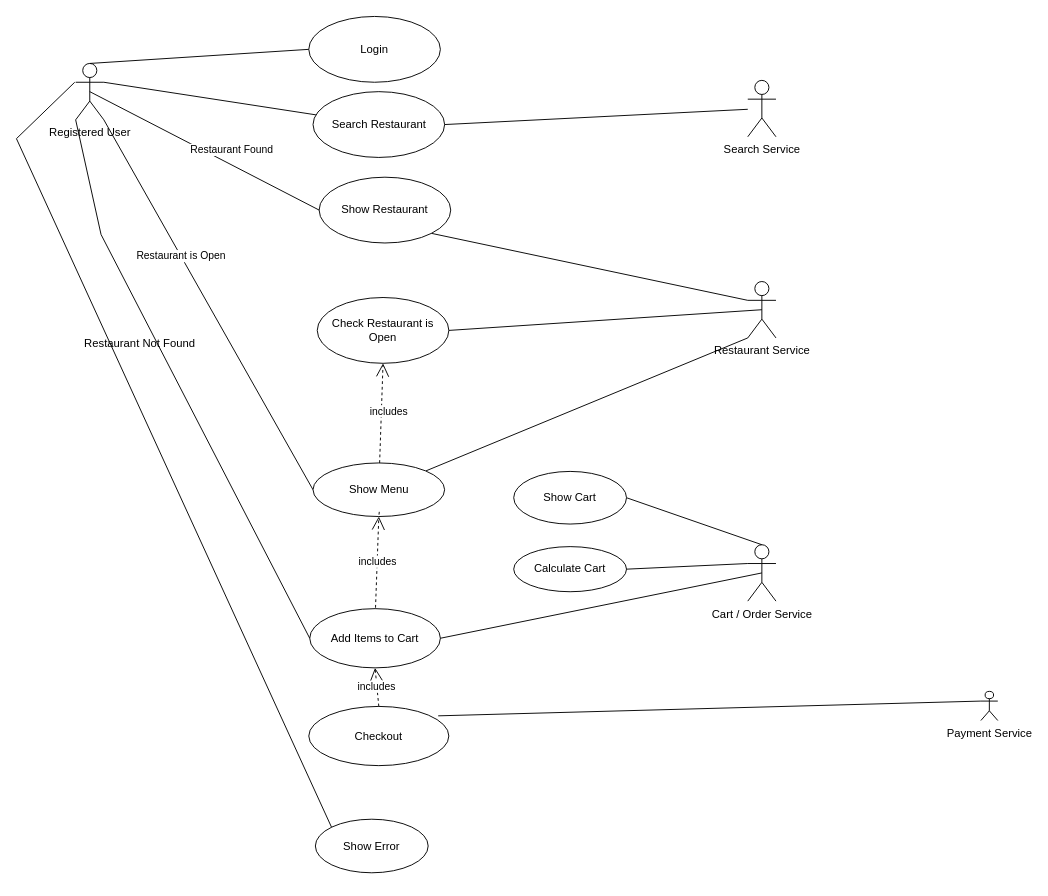
This is Restaurant Use Case.drawio from prakhardixit248/UpGrad_MS, a draw.io file, before an edit. Source tidied: cells renumbered, new cells numbered last; positions are measured from the earlier drawing's top-left corner, leaving out a move shared by most shapes. Both pictures are drawn from the tidied source at 94%, with x=0, y=0 at pixel (16, 16).
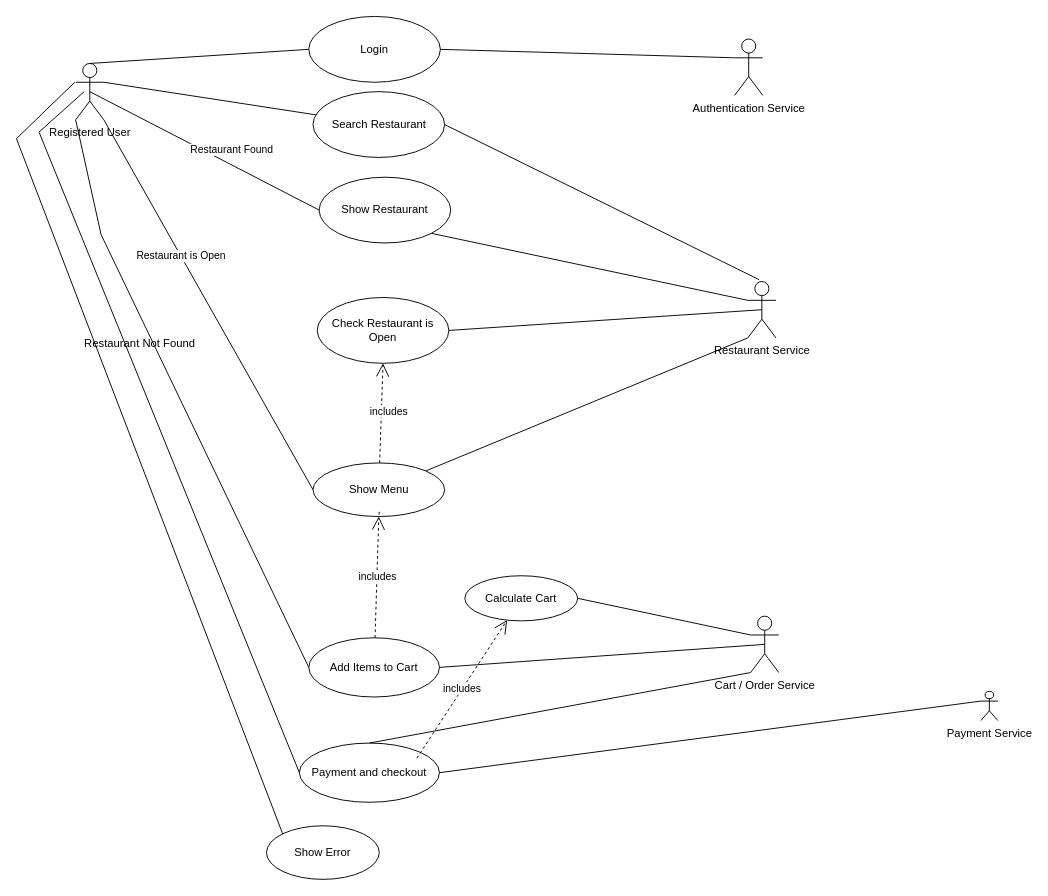
Above is the later version.

The change refers to these unchanged cells:
```xml
<mxCell id="3" value="Login" style="ellipse;whiteSpace=wrap;html=1;" parent="1" vertex="1">
  <mxGeometry x="311" width="140" height="70" as="geometry" />
</mxCell>
<mxCell id="5" value="Search Restaurant" style="ellipse;whiteSpace=wrap;html=1;" parent="1" vertex="1">
  <mxGeometry x="315.5" y="80" width="140" height="70" as="geometry" />
</mxCell>
<mxCell id="20" value="Payment Service" style="shape=umlActor;verticalLabelPosition=bottom;verticalAlign=top;html=1;outlineConnect=0;" parent="1" vertex="1">
  <mxGeometry x="1026" y="718" width="18" height="31" as="geometry" />
</mxCell>
<mxCell id="36" value="Show Menu" style="ellipse;whiteSpace=wrap;html=1;" parent="1" vertex="1">
  <mxGeometry x="315.5" y="475" width="140" height="57" as="geometry" />
</mxCell>
```

Change to the diagram source:
```diff
@@
-    <mxCell id="4" value="Search Service" style="shape=umlActor;verticalLabelPosition=bottom;verticalAlign=top;html=1;" parent="1" vertex="1">
-      <mxGeometry x="778" y="68" width="30" height="60" as="geometry" />
-    </mxCell>
@@
-    <mxCell id="7" style="endArrow=none;html=1;rounded=0;entryX=1;entryY=0.5;entryDx=0;entryDy=0;" parent="1" edge="1" source="4" target="5">
-      <mxGeometry relative="1" as="geometry" />
+    <mxCell id="7" style="endArrow=none;html=1;rounded=0;entryX=1;entryY=0.5;entryDx=0;entryDy=0;" parent="1" edge="1" target="5">
+      <mxGeometry relative="1" as="geometry">
+        <mxPoint x="790" y="280" as="sourcePoint" />
+      </mxGeometry>
     </mxCell>
@@
     <mxCell id="13" value="Show Error" style="ellipse;whiteSpace=wrap;html=1;" parent="1" vertex="1">
-      <mxGeometry x="318" y="854" width="120" height="57" as="geometry" />
+      <mxGeometry x="266" y="861" width="120" height="57" as="geometry" />
     </mxCell>
@@
     <mxCell id="21" value="Add Items to Cart" style="ellipse;whiteSpace=wrap;html=1;" parent="1" vertex="1">
-      <mxGeometry x="312" y="630" width="139" height="63" as="geometry" />
+      <mxGeometry x="311" y="661" width="139" height="63" as="geometry" />
     </mxCell>
-    <mxCell id="22" value="Checkout" style="ellipse;whiteSpace=wrap;html=1;" parent="1" vertex="1">
-      <mxGeometry x="311" y="734" width="149" height="63" as="geometry" />
+    <mxCell id="22" value="Payment and checkout" style="ellipse;whiteSpace=wrap;html=1;" parent="1" vertex="1">
+      <mxGeometry x="301" y="773" width="149" height="63" as="geometry" />
     </mxCell>
-    <mxCell id="23" style="endArrow=none;html=1;rounded=0;exitX=0.924;exitY=0.159;exitDx=0;exitDy=0;exitPerimeter=0;entryX=0;entryY=0.3333333333333333;entryDx=0;entryDy=0;entryPerimeter=0;" parent="1" edge="1" source="22" target="20">
+    <mxCell id="23" style="endArrow=none;html=1;rounded=0;exitX=1;exitY=0.5;exitDx=0;exitDy=0;entryX=0;entryY=0.3333333333333333;entryDx=0;entryDy=0;entryPerimeter=0;" parent="1" edge="1" source="22" target="20">
       <mxGeometry relative="1" as="geometry" />
     </mxCell>
     <mxCell id="24" value="Cart / Order Service" style="shape=umlActor;verticalLabelPosition=bottom;verticalAlign=top;html=1;outlineConnect=0;" parent="1" vertex="1">
-      <mxGeometry x="778" y="562" width="30" height="60" as="geometry" />
+      <mxGeometry x="781" y="638" width="30" height="60" as="geometry" />
     </mxCell>
@@
-    <mxCell id="26" value="includes" style="endArrow=open;endSize=12;dashed=1;html=1;rounded=0;entryX=0.5;entryY=1;entryDx=0;entryDy=0;" parent="1" edge="1" target="36">
-      <mxGeometry relative="1" as="geometry">
-        <mxPoint x="382" y="629" as="sourcePoint" />
-      </mxGeometry>
+    <mxCell id="26" value="includes" style="endArrow=open;endSize=12;dashed=1;html=1;rounded=0;entryX=0.5;entryY=1;entryDx=0;entryDy=0;" parent="1" edge="1" source="21" target="36">
+      <mxGeometry relative="1" as="geometry" />
     </mxCell>
-    <mxCell id="27" value="includes" style="endArrow=open;endSize=12;dashed=1;html=1;rounded=0;exitX=0.5;exitY=0;exitDx=0;exitDy=0;entryX=0.5;entryY=1;entryDx=0;entryDy=0;" parent="1" edge="1" source="22" target="21">
-      <mxGeometry relative="1" as="geometry" />
-    </mxCell>
@@
-    <mxCell id="29" style="endArrow=none;html=1;rounded=0;entryX=0.5;entryY=0;entryDx=0;entryDy=0;entryPerimeter=0;exitX=1;exitY=0.5;exitDx=0;exitDy=0;" parent="1" edge="1" source="30" target="24">
-      <mxGeometry relative="1" as="geometry" />
-    </mxCell>
-    <mxCell id="30" value="Show Cart" style="ellipse;whiteSpace=wrap;html=1;" parent="1" vertex="1">
-      <mxGeometry x="529" y="484" width="120" height="56" as="geometry" />
-    </mxCell>
     <mxCell id="31" value="Calculate Cart" style="ellipse;whiteSpace=wrap;html=1;" parent="1" vertex="1">
-      <mxGeometry x="529" y="564" width="120" height="48" as="geometry" />
+      <mxGeometry x="477" y="595" width="120" height="48" as="geometry" />
     </mxCell>
@@
+    <mxCell id="38" value="Authentication Service" style="shape=umlActor;verticalLabelPosition=bottom;verticalAlign=top;html=1;" parent="1" vertex="1">
+      <mxGeometry x="764" y="24" width="30" height="60" as="geometry" />
+    </mxCell>
+    <mxCell id="39" style="endArrow=none;html=1;rounded=0;entryX=1;entryY=0.5;entryDx=0;entryDy=0;exitX=0;exitY=0.3333333333333333;exitDx=0;exitDy=0;exitPerimeter=0;" parent="1" edge="1" source="38" target="3">
+      <mxGeometry relative="1" as="geometry" />
+    </mxCell>
+    <mxCell id="27" value="includes" style="endArrow=open;endSize=12;dashed=1;html=1;rounded=0;exitX=0.839;exitY=0.254;exitDx=0;exitDy=0;exitPerimeter=0;" parent="1" edge="1" source="22" target="31">
+      <mxGeometry relative="1" as="geometry" />
+    </mxCell>
+    <mxCell id="40" style="endArrow=none;html=1;rounded=0;exitX=0;exitY=0.5;exitDx=0;exitDy=0;" parent="1" edge="1" source="22">
+      <mxGeometry relative="1" as="geometry">
+        <mxPoint x="72" y="80" as="targetPoint" />
+        <Array as="points">
+          <mxPoint x="24" y="123" />
+        </Array>
+      </mxGeometry>
+    </mxCell>
+    <mxCell id="41" style="endArrow=none;html=1;rounded=0;exitX=0.5;exitY=0;exitDx=0;exitDy=0;entryX=0;entryY=1;entryDx=0;entryDy=0;entryPerimeter=0;" parent="1" edge="1" source="22" target="24">
+      <mxGeometry relative="1" as="geometry" />
+    </mxCell>
```
